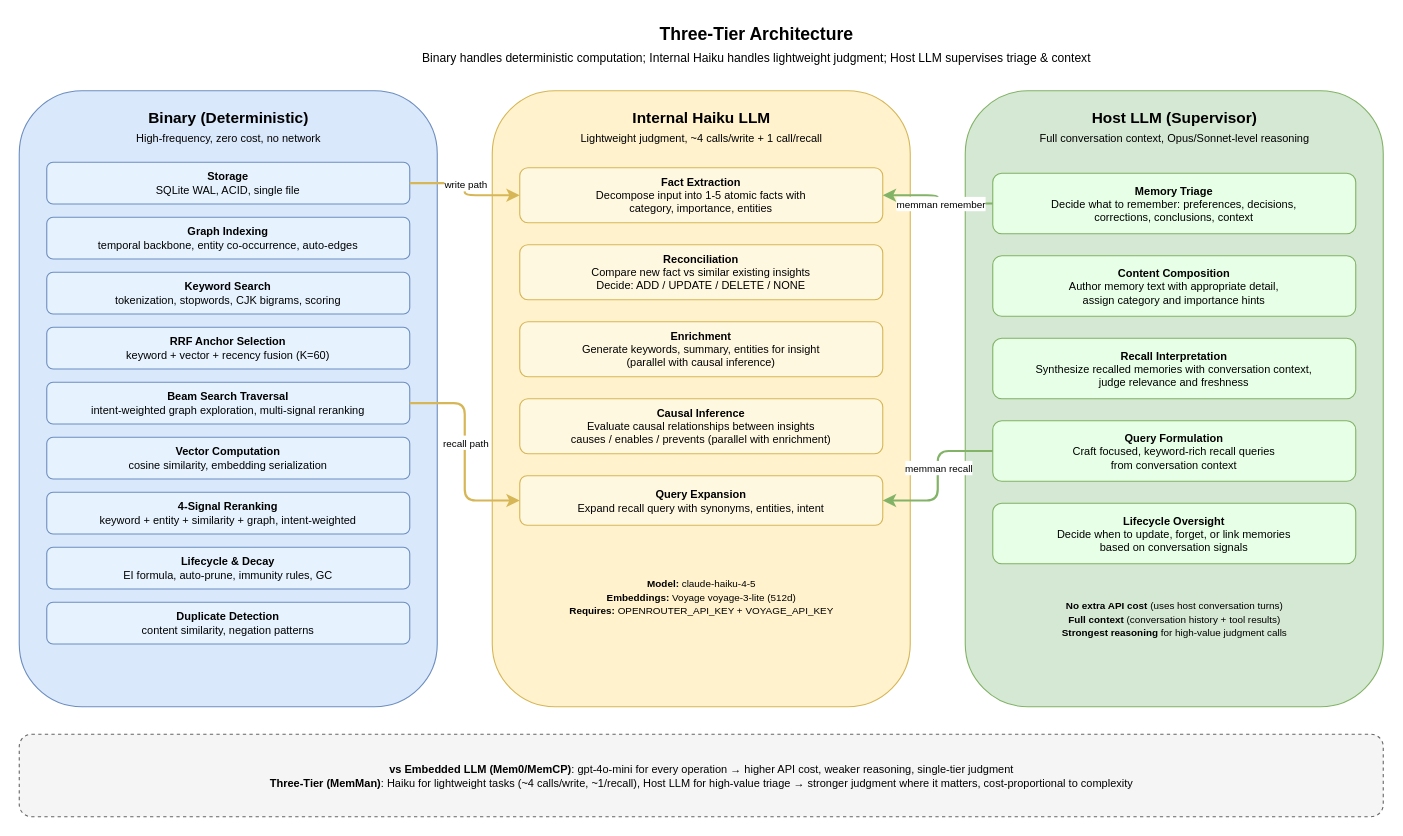
Earlier version of the draw.io diagram docs/diagrams/05-llm-supervised.drawio (bissli/memman). Source tidied: cells renumbered, new cells numbered last; positions are measured from the earlier drawing's top-left corner, leaving out a move shared by most shapes. Both pictures are drawn from the tidied source at 110%, with x=0, y=0 at pixel (19, 19).
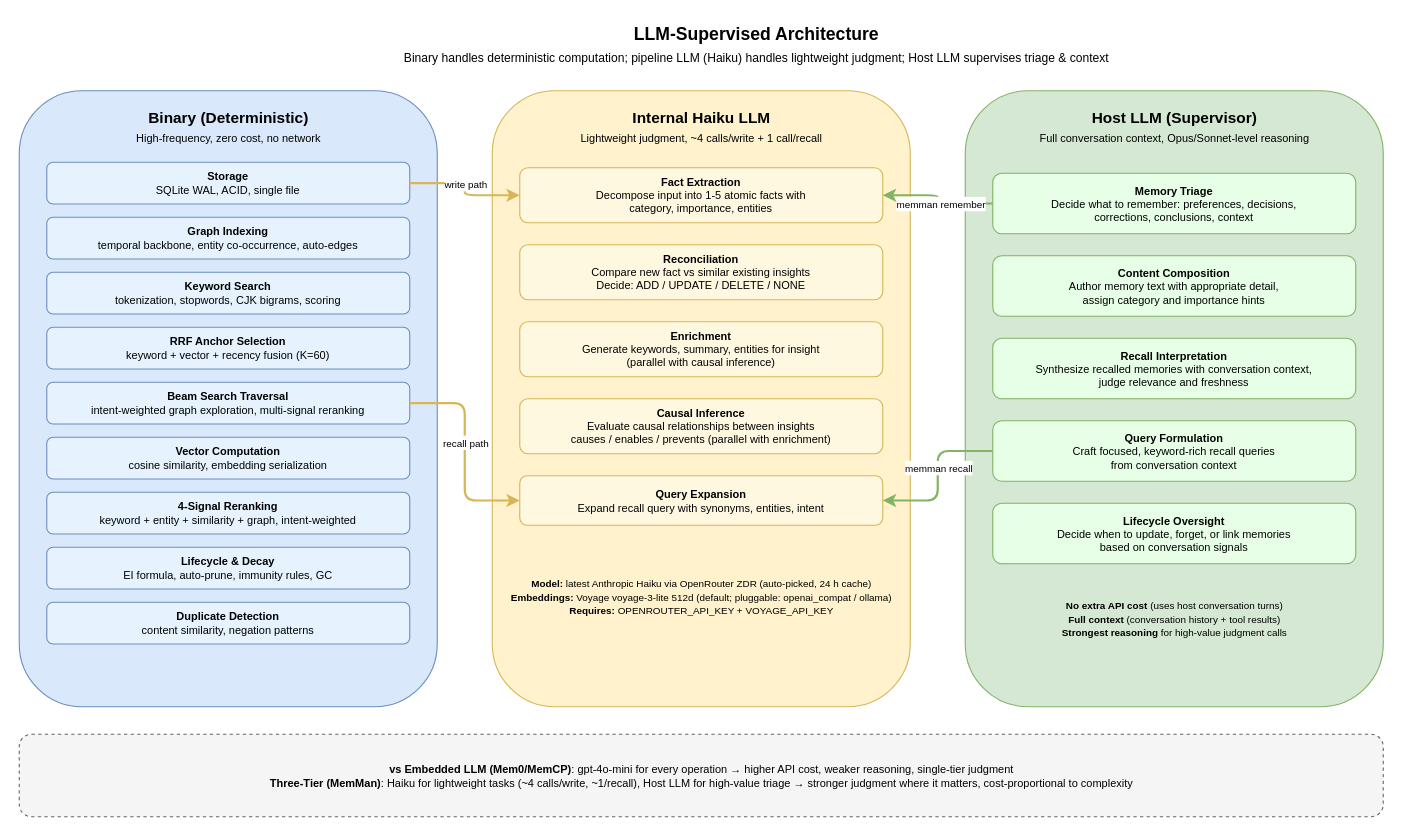
The same page after the edit.

Diff of the diagram source:
```diff
@@
-    <mxCell id="2" value="&lt;b&gt;Three-Tier Architecture&lt;/b&gt;&lt;br&gt;&lt;font style=&quot;font-size:11px&quot;&gt;Binary handles deterministic computation; Internal Haiku handles lightweight judgment; Host LLM supervises triage &amp;amp; context&lt;/font&gt;" style="text;html=1;align=center;verticalAlign=middle;fontSize=16;strokeColor=none;fillColor=none;" parent="1" vertex="1">
+    <mxCell id="2" value="&lt;b&gt;LLM-Supervised Architecture&lt;/b&gt;&lt;br&gt;&lt;font style=&quot;font-size:11px&quot;&gt;Binary handles deterministic computation; pipeline LLM (Haiku) handles lightweight judgment; Host LLM supervises triage &amp;amp; context&lt;/font&gt;" style="text;html=1;align=center;verticalAlign=middle;fontSize=16;strokeColor=none;fillColor=none;" parent="1" vertex="1">
       <mxGeometry x="120" width="1100" height="45" as="geometry" />
     </mxCell>
@@
-    <mxCell id="21" value="&lt;font style=&quot;font-size:9px&quot;&gt;&lt;b&gt;Model:&lt;/b&gt; claude-haiku-4-5&lt;br&gt;&lt;b&gt;Embeddings:&lt;/b&gt; Voyage voyage-3-lite (512d)&lt;br&gt;&lt;b&gt;Requires:&lt;/b&gt; OPENROUTER_API_KEY + VOYAGE_API_KEY&lt;/font&gt;" style="text;html=1;align=center;fontSize=10;fillColor=none;strokeColor=none;verticalAlign=middle;" parent="1" vertex="1">
+    <mxCell id="21" value="&lt;font style=&quot;font-size:9px&quot;&gt;&lt;b&gt;Model:&lt;/b&gt; latest Anthropic Haiku via OpenRouter ZDR (auto-picked, 24 h cache)&lt;br&gt;&lt;b&gt;Embeddings:&lt;/b&gt; Voyage voyage-3-lite 512d (default; pluggable: openai_compat / ollama)&lt;br&gt;&lt;b&gt;Requires:&lt;/b&gt; OPENROUTER_API_KEY + VOYAGE_API_KEY&lt;/font&gt;" style="text;html=1;align=center;fontSize=10;fillColor=none;strokeColor=none;verticalAlign=middle;" parent="1" vertex="1">
       <mxGeometry x="470" y="500" width="300" height="50" as="geometry" />
     </mxCell>
```
